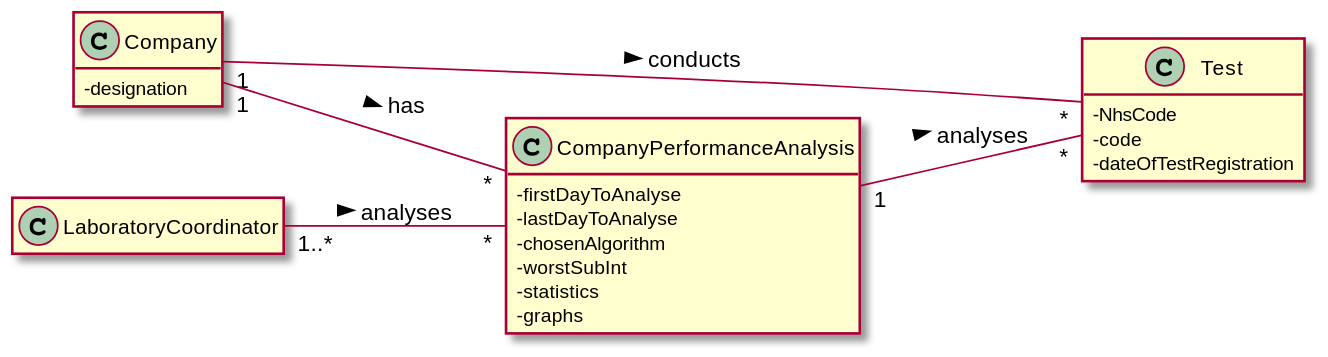
This is docs/SprintD/US_16/US016_DM.svg from ana-albergaria/LAPR2-ISEP, a PlantUML export, as it was before one commit.
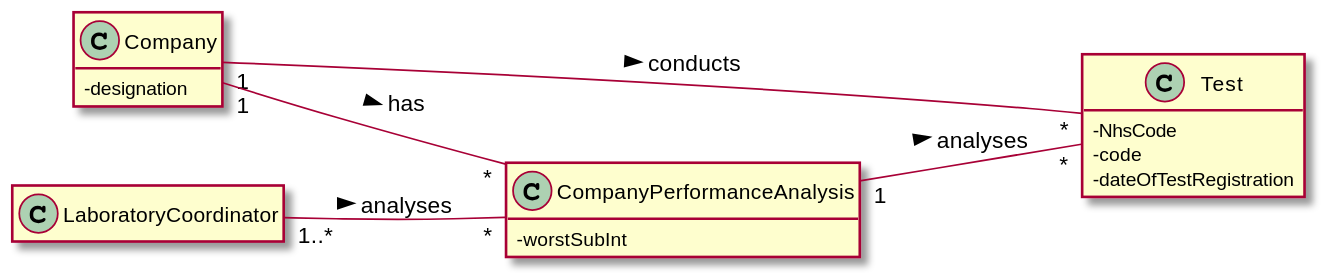
After the change.

Diff of the diagram source:
```diff
@@ -19,12 +19,7 @@
 }
 
 class CompanyPerformanceAnalysis{
-- firstDayToAnalyse
-- lastDayToAnalyse
-- chosenAlgorithm
 - worstSubInt
-- statistics
-- graphs
 }
 
 Company "1" -- "*" Test : conducts >
```
